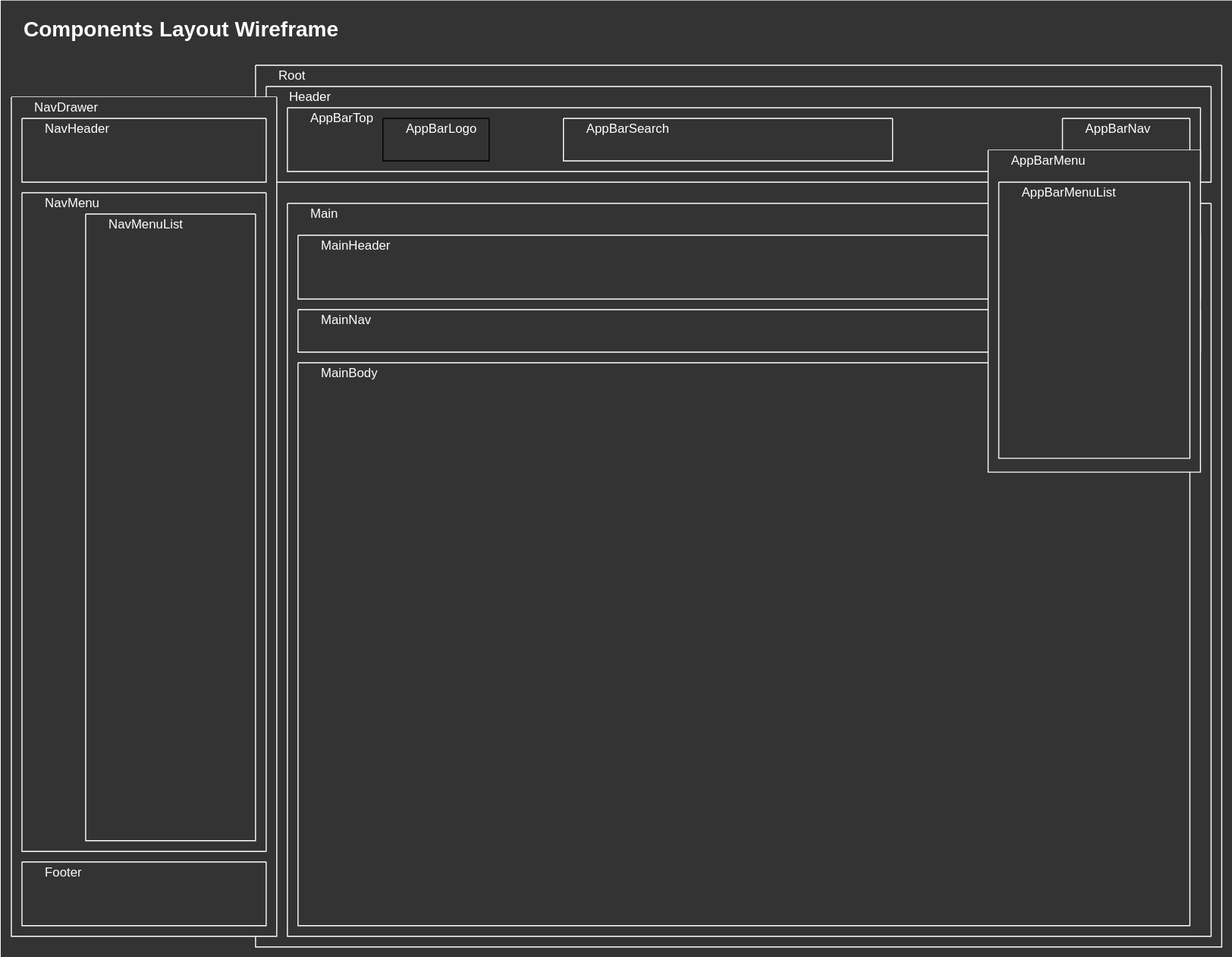
This is diagrams/juvpro/components-layout-wireframe.svg from tcjpd/tcjpd.github.io, a draw.io export, as it was before one commit. Source tidied: cells renumbered, new cells last; positions are measured from the earlier drawing's top-left corner, leaving out a move shared by most shapes.
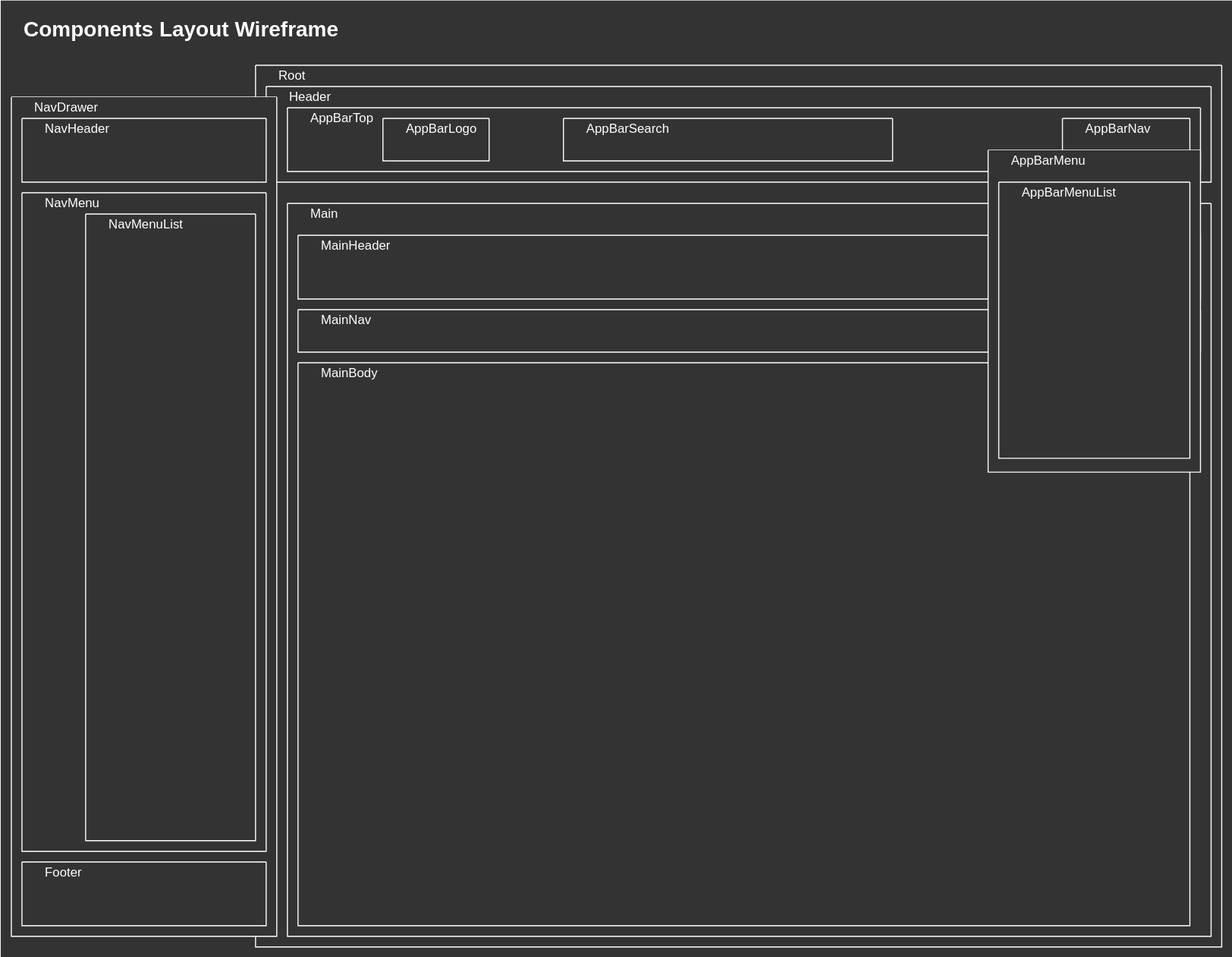
After the commit.

What changed in the source:
```diff
@@ -21,7 +21,7 @@
     <mxCell id="8" value="&lt;span style=&quot;&quot;&gt;&lt;font&gt;Header&lt;/font&gt;&lt;/span&gt;" style="text;html=1;align=left;verticalAlign=middle;whiteSpace=wrap;rounded=0;spacingLeft=20;fillColor=none;fontColor=#FFFFFF;labelBackgroundColor=none;" parent="7" vertex="1">
       <mxGeometry width="90" height="20" as="geometry" />
     </mxCell>
-    <mxCell id="9" style="swimlane;startSize=0;fillColor=none;fontColor=#FFFFFF;labelBackgroundColor=none;" parent="7" vertex="1">
+    <mxCell id="9" style="swimlane;startSize=0;fillColor=none;fontColor=#FFFFFF;labelBackgroundColor=none;strokeColor=#FFFFFF;" parent="7" vertex="1">
       <mxGeometry x="110" y="30" width="100" height="40" as="geometry" />
     </mxCell>
     <mxCell id="10" value="&lt;span style=&quot;&quot;&gt;&lt;font&gt;AppBarLogo&lt;/font&gt;&lt;/span&gt;" style="text;html=1;align=left;verticalAlign=middle;whiteSpace=wrap;rounded=0;spacingLeft=20;fillColor=none;fontColor=#FFFFFF;labelBackgroundColor=none;" parent="9" vertex="1">
```
